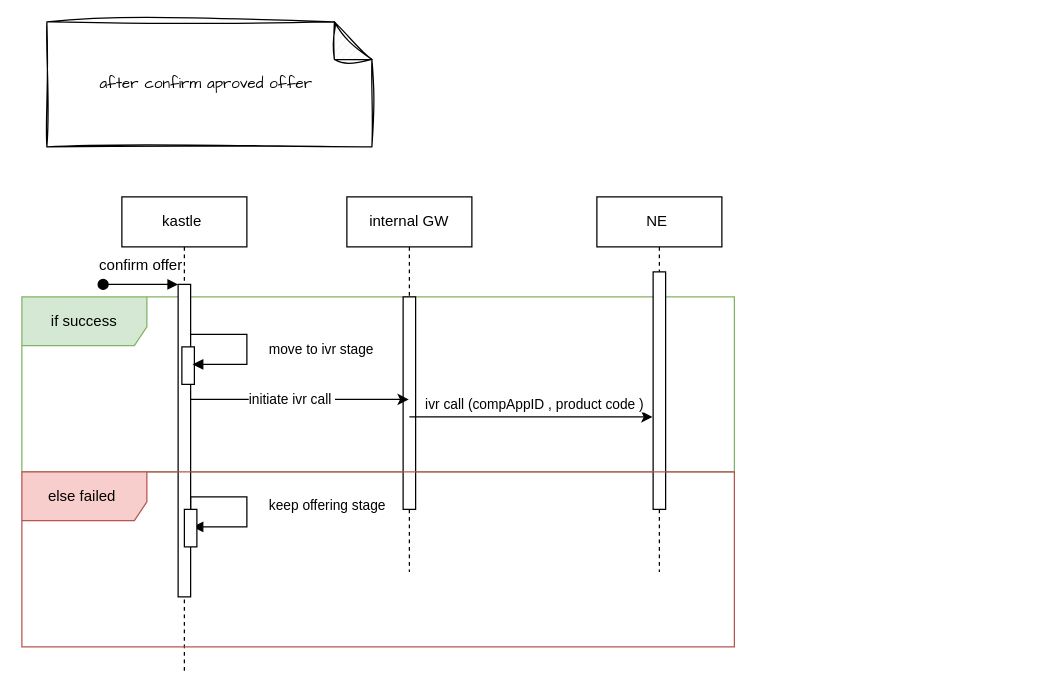
This is page "after confirm aproved offer" (1 of 16) of IVR2.drawio from MHosnii/DrawIo, a draw.io file, before an edit. Source tidied: cells renumbered, new cells numbered last; positions are measured from the earlier drawing's top-left corner, leaving out a move shared by most shapes. Both pictures are drawn from the tidied source at 125%, with x=0, y=0 at pixel (21, 21).
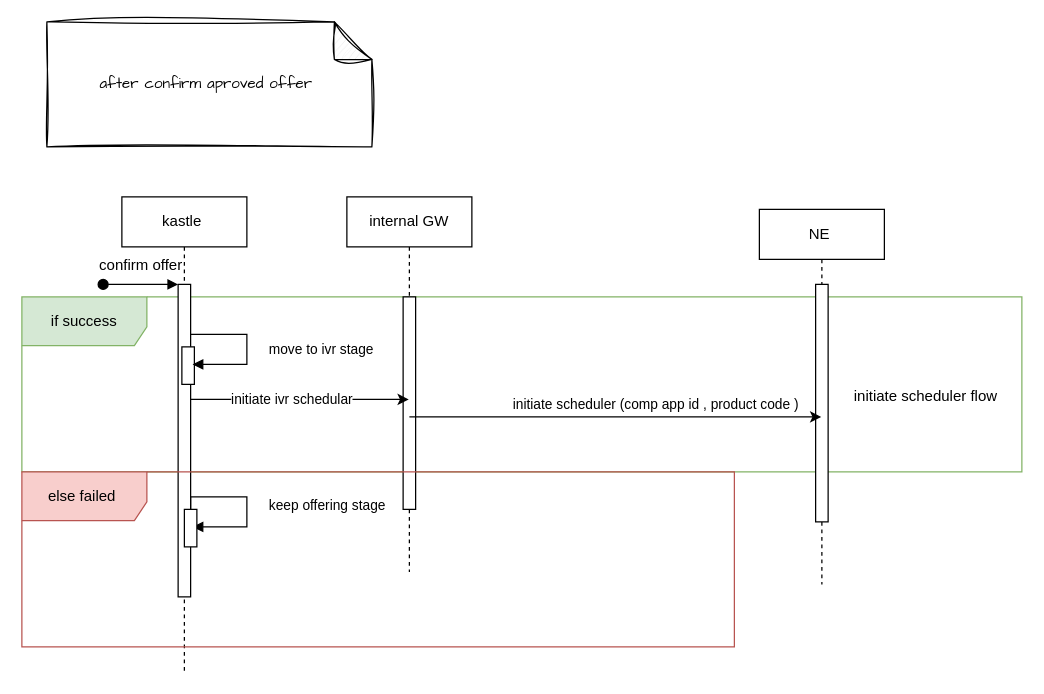
After the change.

The change refers to these unchanged cells:
```xml
<mxCell id="13" style="edgeStyle=elbowEdgeStyle;rounded=0;orthogonalLoop=1;jettySize=auto;html=1;elbow=vertical;curved=0;" parent="1" edge="1">
  <mxGeometry relative="1" as="geometry">
    <mxPoint x="135" y="302" as="sourcePoint" />
    <mxPoint x="309.5" y="302" as="targetPoint" />
  </mxGeometry>
</mxCell>
```

Diff of the diagram source:
```diff
@@
     <mxCell id="3" value="if success" style="shape=umlFrame;whiteSpace=wrap;html=1;width=100;height=39;fillColor=#d5e8d4;strokeColor=#82b366;" parent="1" vertex="1">
-      <mxGeometry y="220" width="570" height="140" as="geometry" />
+      <mxGeometry y="220" width="800" height="140" as="geometry" />
     </mxCell>
@@
     <mxCell id="10" value="NE&amp;nbsp;" style="shape=umlLifeline;perimeter=lifelinePerimeter;whiteSpace=wrap;html=1;outlineConnect=0;portConstraint=eastwest;newEdgeStyle={&quot;edgeStyle&quot;:&quot;elbowEdgeStyle&quot;,&quot;elbow&quot;:&quot;vertical&quot;,&quot;curved&quot;:0,&quot;rounded&quot;:0};" parent="1" vertex="1">
-      <mxGeometry x="460" y="140" width="100" height="300" as="geometry" />
+      <mxGeometry x="590" y="150" width="100" height="300" as="geometry" />
     </mxCell>
@@
-    <mxCell id="14" value="initiate ivr call&amp;nbsp;" style="edgeLabel;html=1;align=center;verticalAlign=middle;" parent="13" vertex="1">
+    <mxCell id="14" value="initiate ivr schedular" style="edgeLabel;html=1;align=center;verticalAlign=middle;" parent="13" vertex="1">
       <mxGeometry x="-0.08" y="1" relative="1" as="geometry" />
     </mxCell>
-    <mxCell id="15" style="edgeStyle=elbowEdgeStyle;rounded=0;orthogonalLoop=1;jettySize=auto;html=1;elbow=vertical;curved=0;" parent="1" edge="1">
+    <mxCell id="15" style="edgeStyle=elbowEdgeStyle;rounded=0;jettySize=auto;html=1;elbow=vertical;curved=0;" parent="1" edge="1" target="10">
       <mxGeometry relative="1" as="geometry">
         <mxPoint x="310" y="316" as="sourcePoint" />
-        <mxPoint x="504.5" y="316" as="targetPoint" />
       </mxGeometry>
     </mxCell>
-    <mxCell id="16" value="ivr call (compAppID , product code )" style="edgeLabel;html=1;align=center;verticalAlign=middle;" parent="15" vertex="1">
+    <mxCell id="16" value="initiate scheduler (comp app id , product code )" style="edgeLabel;html=1;align=center;verticalAlign=middle;" parent="15" vertex="1">
       <mxGeometry x="-0.16" y="3" relative="1" as="geometry">
-        <mxPoint x="17" y="-8" as="offset" />
+        <mxPoint x="58" y="-8" as="offset" />
       </mxGeometry>
     </mxCell>
@@
+    <mxCell id="21" value="initiate scheduler flow&amp;nbsp;" style="text;html=1;align=center;verticalAlign=middle;whiteSpace=wrap;rounded=0;" parent="1" vertex="1">
+      <mxGeometry x="660" y="285" width="130" height="30" as="geometry" />
+    </mxCell>
```
